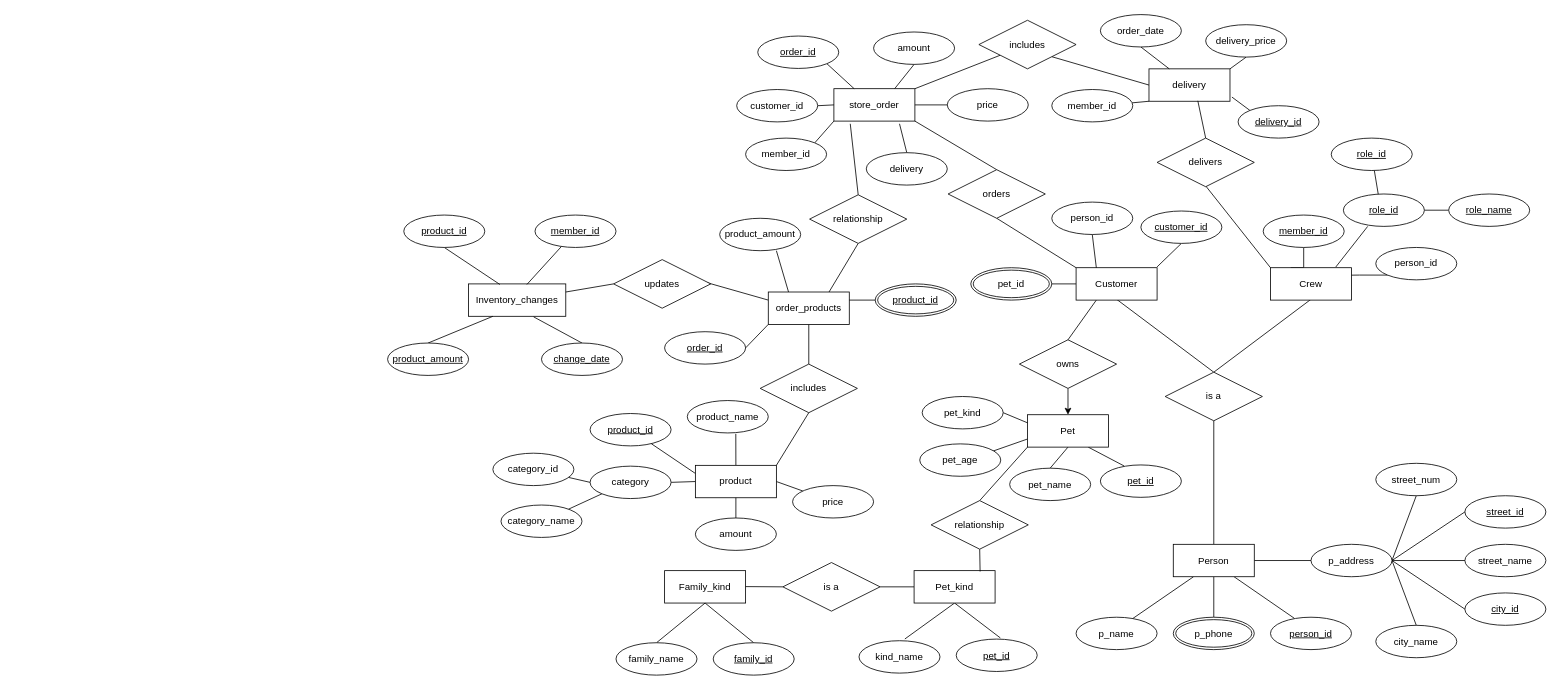
Above: page 3 of 4 of pet_store.drawio in avivmoyal1/SQL_Project (draw.io), before the change. Source tidied: cells renumbered, new cells numbered last; positions are measured from the earlier drawing's top-left corner, leaving out a move shared by most shapes. Both pictures are drawn from the tidied source at 81%, with x=0, y=0 at pixel (387, 14).
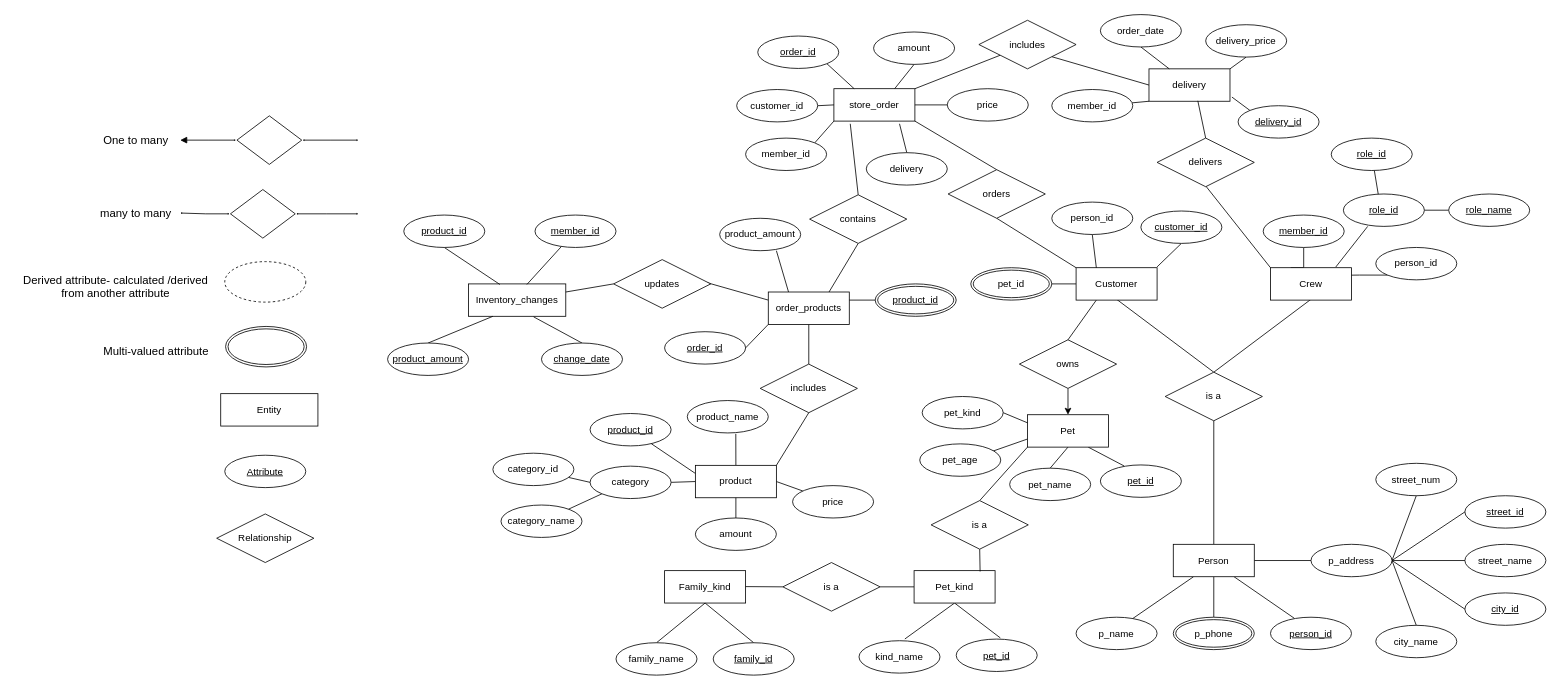
After the change.

Change to the diagram source:
```diff
@@
-    <mxCell id="123" value="&lt;div style=&quot;text-align: left;&quot;&gt;&lt;span style=&quot;background-color: initial;&quot;&gt;relationship&lt;/span&gt;&lt;/div&gt;" style="shape=rhombus;perimeter=rhombusPerimeter;whiteSpace=wrap;html=1;align=center;" parent="1" vertex="1">
+    <mxCell id="123" value="&lt;div style=&quot;text-align: left;&quot;&gt;is a&lt;/div&gt;" style="shape=rhombus;perimeter=rhombusPerimeter;whiteSpace=wrap;html=1;align=center;" parent="1" vertex="1">
       <mxGeometry x="671" y="600.5" width="120" height="60" as="geometry" />
     </mxCell>
@@
-    <mxCell id="126" value="&lt;div style=&quot;text-align: left;&quot;&gt;&lt;span style=&quot;background-color: initial;&quot;&gt;relationship&lt;/span&gt;&lt;/div&gt;" style="shape=rhombus;perimeter=rhombusPerimeter;whiteSpace=wrap;html=1;align=center;" parent="1" vertex="1">
+    <mxCell id="126" value="&lt;div style=&quot;text-align: left;&quot;&gt;&lt;span style=&quot;background-color: initial;&quot;&gt;contains&lt;/span&gt;&lt;/div&gt;" style="shape=rhombus;perimeter=rhombusPerimeter;whiteSpace=wrap;html=1;align=center;" parent="1" vertex="1">
       <mxGeometry x="521" y="223" width="120" height="60" as="geometry" />
     </mxCell>
@@
+    <mxCell id="142" style="edgeStyle=orthogonalEdgeStyle;rounded=0;jettySize=auto;html=1;startArrow=block;startFill=1;endArrow=block;endFill=1;startSize=0;endSize=0;sourcePerimeterSpacing=1;" parent="1" edge="1" source="144">
+      <mxGeometry relative="1" as="geometry">
+        <mxPoint x="-36" y="155.5" as="targetPoint" />
+      </mxGeometry>
+    </mxCell>
+    <mxCell id="143" style="edgeStyle=orthogonalEdgeStyle;rounded=0;jettySize=auto;html=1;startArrow=block;startFill=1;endArrow=block;endFill=1;startSize=0;endSize=6;sourcePerimeterSpacing=1;" parent="1" edge="1" source="144">
+      <mxGeometry relative="1" as="geometry">
+        <mxPoint x="-256" y="155.5" as="targetPoint" />
+      </mxGeometry>
+    </mxCell>
+    <mxCell id="144" style="rhombus;whiteSpace=wrap;html=1;" parent="1" vertex="1">
+      <mxGeometry x="-186" y="125.5" width="80" height="60" as="geometry" />
+    </mxCell>
+    <mxCell id="145" value="One to many" style="text;html=1;align=center;verticalAlign=middle;strokeColor=none;fillColor=none;fontSize=14;" parent="1" vertex="1">
+      <mxGeometry x="-361" y="140.5" width="100" height="30" as="geometry" />
+    </mxCell>
+    <mxCell id="146" style="edgeStyle=orthogonalEdgeStyle;rounded=0;jettySize=auto;html=1;startArrow=block;startFill=1;endArrow=block;endFill=1;startSize=0;endSize=0;sourcePerimeterSpacing=1;" parent="1" edge="1" source="148">
+      <mxGeometry relative="1" as="geometry">
+        <mxPoint x="-256" y="245.5" as="targetPoint" />
+      </mxGeometry>
+    </mxCell>
+    <mxCell id="147" style="edgeStyle=orthogonalEdgeStyle;rounded=0;jettySize=auto;html=1;fontSize=14;startArrow=block;startFill=1;endArrow=block;endFill=1;startSize=0;endSize=0;sourcePerimeterSpacing=1;" parent="1" edge="1" source="148">
+      <mxGeometry relative="1" as="geometry">
+        <mxPoint x="-36" y="246.5" as="targetPoint" />
+      </mxGeometry>
+    </mxCell>
+    <mxCell id="148" style="rhombus;whiteSpace=wrap;html=1;" parent="1" vertex="1">
+      <mxGeometry x="-194" y="216.5" width="80" height="60" as="geometry" />
+    </mxCell>
+    <mxCell id="149" value="many to many" style="text;html=1;align=center;verticalAlign=middle;strokeColor=none;fillColor=none;fontSize=14;" parent="1" vertex="1">
+      <mxGeometry x="-366" y="230.5" width="110" height="30" as="geometry" />
+    </mxCell>
+    <mxCell id="150" style="ellipse;whiteSpace=wrap;html=1;dashed=1;" parent="1" vertex="1">
+      <mxGeometry x="-201" y="305.5" width="100" height="50" as="geometry" />
+    </mxCell>
+    <mxCell id="151" style="ellipse;shape=doubleEllipse;margin=3;whiteSpace=wrap;html=1;align=center;strokeColor=#000000;" parent="1" vertex="1">
+      <mxGeometry x="-200" y="385.5" width="100" height="50" as="geometry" />
+    </mxCell>
+    <mxCell id="152" value="Multi-valued attribute" style="text;html=1;align=center;verticalAlign=middle;strokeColor=none;fillColor=none;fontSize=14;" parent="1" vertex="1">
+      <mxGeometry x="-361" y="400.5" width="150" height="30" as="geometry" />
+    </mxCell>
+    <mxCell id="153" value="Derived attribute-&amp;nbsp;calculated /derived &lt;br style=&quot;font-size: 14px;&quot;&gt;from another attribute" style="text;html=1;align=center;verticalAlign=middle;strokeColor=none;fillColor=none;fontSize=14;" parent="1" vertex="1">
+      <mxGeometry x="-461" y="310.5" width="250" height="50" as="geometry" />
+    </mxCell>
+    <mxCell id="154" value="Entity" style="whiteSpace=wrap;html=1;align=center;" parent="1" vertex="1">
+      <mxGeometry x="-206" y="468.5" width="120" height="40" as="geometry" />
+    </mxCell>
+    <mxCell id="155" value="&lt;div style=&quot;text-align: left;&quot;&gt;&lt;span style=&quot;background-color: initial;&quot;&gt;Relationship&lt;/span&gt;&lt;/div&gt;" style="shape=rhombus;perimeter=rhombusPerimeter;whiteSpace=wrap;html=1;align=center;" parent="1" vertex="1">
+      <mxGeometry x="-211" y="617" width="120" height="60" as="geometry" />
+    </mxCell>
+    <mxCell id="156" value="&lt;span style=&quot;text-align: left;&quot;&gt;Attribute&lt;/span&gt;" style="ellipse;whiteSpace=wrap;html=1;align=center;fontStyle=4;" parent="1" vertex="1">
+      <mxGeometry x="-201" y="544.5" width="100" height="40" as="geometry" />
+    </mxCell>
```
